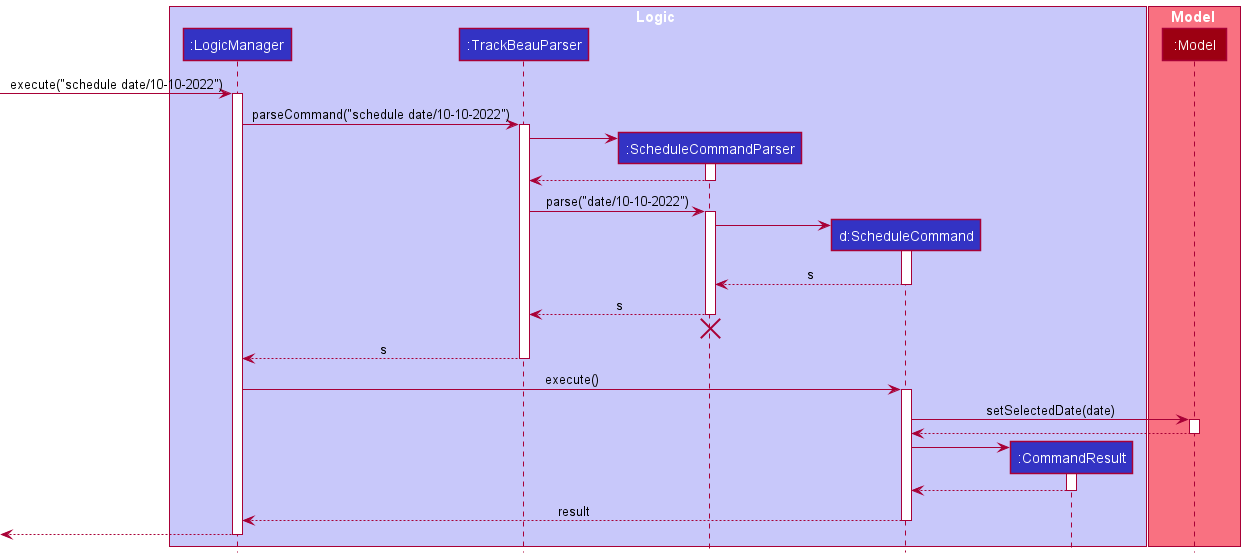
Earlier version of the PlantUML export docs/images/ScheduleSequenceDiagram.png (nus-cs2103-AY2122S2/tp).
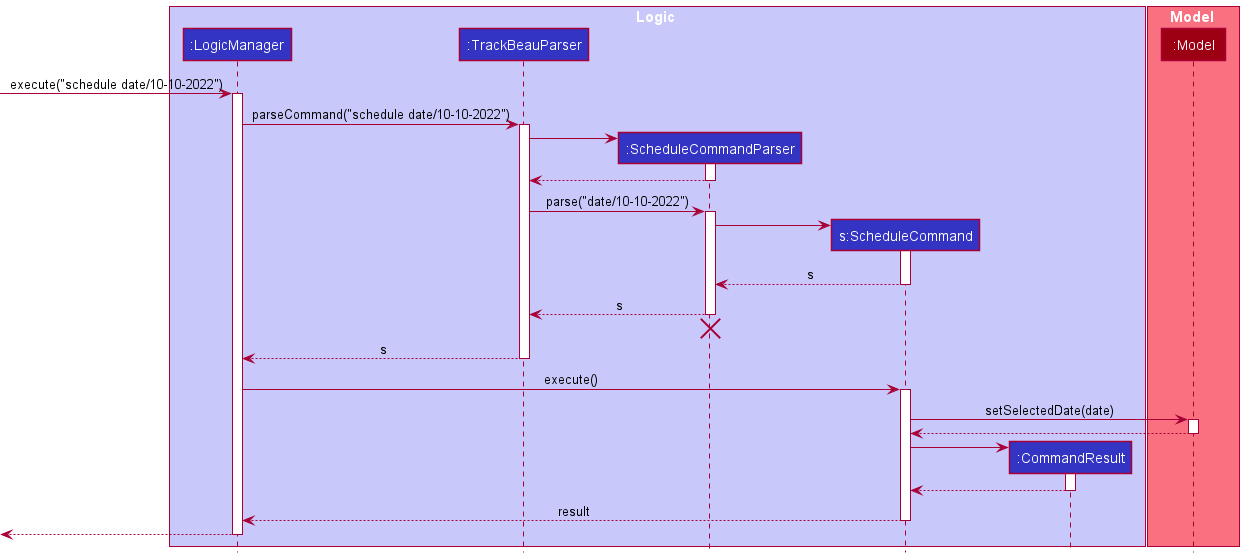
The same file after the commit.

Change to the diagram source:
```diff
@@ -5,7 +5,7 @@
 participant ":LogicManager" as LogicManager LOGIC_COLOR
 participant ":TrackBeauParser" as TrackBeauParser LOGIC_COLOR
 participant ":ScheduleCommandParser" as ScheduleCommandParser LOGIC_COLOR
-participant "d:ScheduleCommand" as ScheduleCommand LOGIC_COLOR
+participant "s:ScheduleCommand" as ScheduleCommand LOGIC_COLOR
 participant ":CommandResult" as CommandResult LOGIC_COLOR
 end box
 
```
